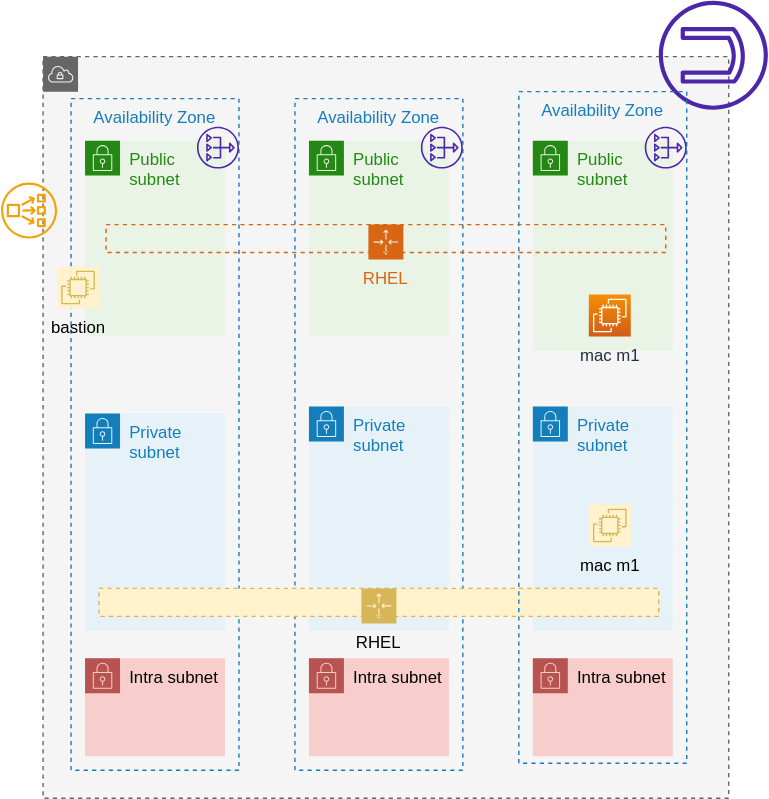
redhat-developer/mapt keeps this draw.io diagram as docs/diagrams/base.svg. Above is the earlier version. Source tidied: cells renumbered, new cells last; positions are measured from the earlier drawing's top-left corner, leaving out a move shared by most shapes.
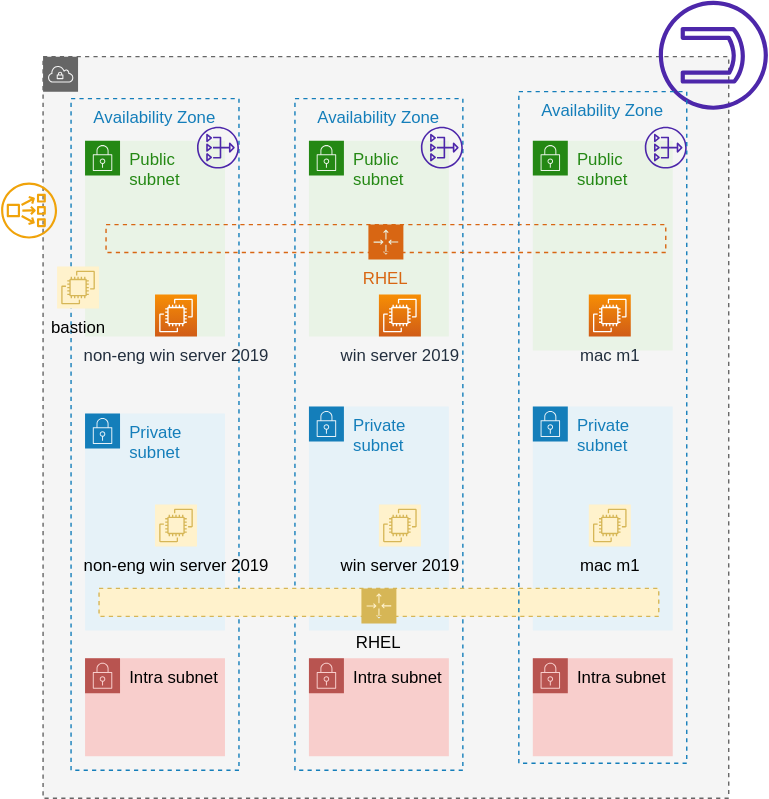
After the commit.

Commit message:
update diagram with newer supported hosts

Change to the diagram source:
```diff
@@ -47,6 +47,18 @@
     <mxCell id="16" value="bastion" style="sketch=0;gradientDirection=north;fillColor=#fff2cc;strokeColor=#d6b656;dashed=0;verticalLabelPosition=bottom;verticalAlign=top;align=center;html=1;fontSize=12;fontStyle=0;shape=mxgraph.aws4.resourceIcon;resIcon=mxgraph.aws4.ec2;" parent="2" vertex="1">
       <mxGeometry x="10" y="150" width="30" height="30" as="geometry" />
     </mxCell>
+    <mxCell id="25" value="win server 2019" style="fontColor=#232F3E;gradientColor=#F78E04;gradientDirection=north;fillColor=#D05C17;strokeColor=#ffffff;dashed=0;verticalLabelPosition=bottom;verticalAlign=top;align=center;html=1;fontSize=12;fontStyle=0;shape=mxgraph.aws4.resourceIcon;resIcon=mxgraph.aws4.ec2;" parent="2" vertex="1">
+      <mxGeometry x="240" y="170" width="30" height="30" as="geometry" />
+    </mxCell>
+    <mxCell id="26" value="win server 2019&lt;br&gt;" style="gradientDirection=north;fillColor=#fff2cc;strokeColor=#d6b656;dashed=0;verticalLabelPosition=bottom;verticalAlign=top;align=center;html=1;fontSize=12;fontStyle=0;shape=mxgraph.aws4.resourceIcon;resIcon=mxgraph.aws4.ec2;" parent="2" vertex="1">
+      <mxGeometry x="240" y="320" width="30" height="30" as="geometry" />
+    </mxCell>
+    <mxCell id="27" value="non-eng win server 2019" style="fontColor=#232F3E;gradientColor=#F78E04;gradientDirection=north;fillColor=#D05C17;strokeColor=#ffffff;dashed=0;verticalLabelPosition=bottom;verticalAlign=top;align=center;html=1;fontSize=12;fontStyle=0;shape=mxgraph.aws4.resourceIcon;resIcon=mxgraph.aws4.ec2;" parent="2" vertex="1">
+      <mxGeometry x="80" y="170" width="30" height="30" as="geometry" />
+    </mxCell>
+    <mxCell id="28" value="non-eng win server 2019" style="gradientDirection=north;fillColor=#fff2cc;strokeColor=#d6b656;dashed=0;verticalLabelPosition=bottom;verticalAlign=top;align=center;html=1;fontSize=12;fontStyle=0;shape=mxgraph.aws4.resourceIcon;resIcon=mxgraph.aws4.ec2;" parent="2" vertex="1">
+      <mxGeometry x="80" y="320" width="30" height="30" as="geometry" />
+    </mxCell>
     <mxCell id="17" value="Public subnet" style="gradientColor=none;html=1;whiteSpace=wrap;fontSize=12;fontStyle=0;shape=mxgraph.aws4.group;grIcon=mxgraph.aws4.group_security_group;grStroke=0;strokeColor=#248814;fillColor=#E9F3E6;verticalAlign=top;align=left;spacingLeft=30;fontColor=#248814;dashed=0;" parent="1" vertex="1">
       <mxGeometry x="380" y="100" width="100" height="150" as="geometry" />
     </mxCell>
```
